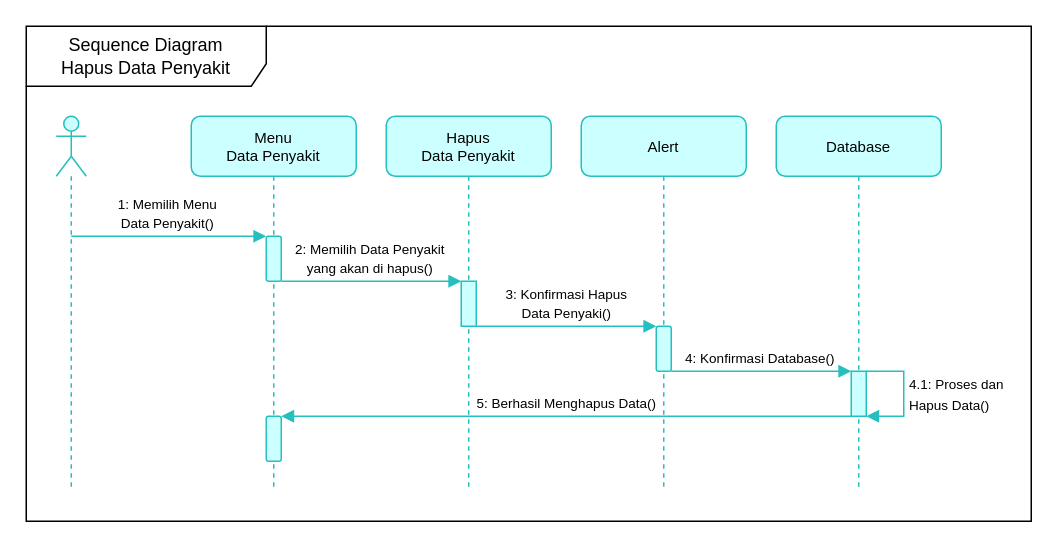
Before: page "Halaman-15" (15 of 27) of Diagram Tanpa Judul.drawio in RyanRamadhan11/drawio, a draw.io diagram. Source tidied: cells renumbered, new cells numbered last; positions are measured from the earlier drawing's top-left corner, leaving out a move shared by most shapes. Both pictures are drawn from the tidied source at 150%, with x=0, y=0 at pixel (26, 26).
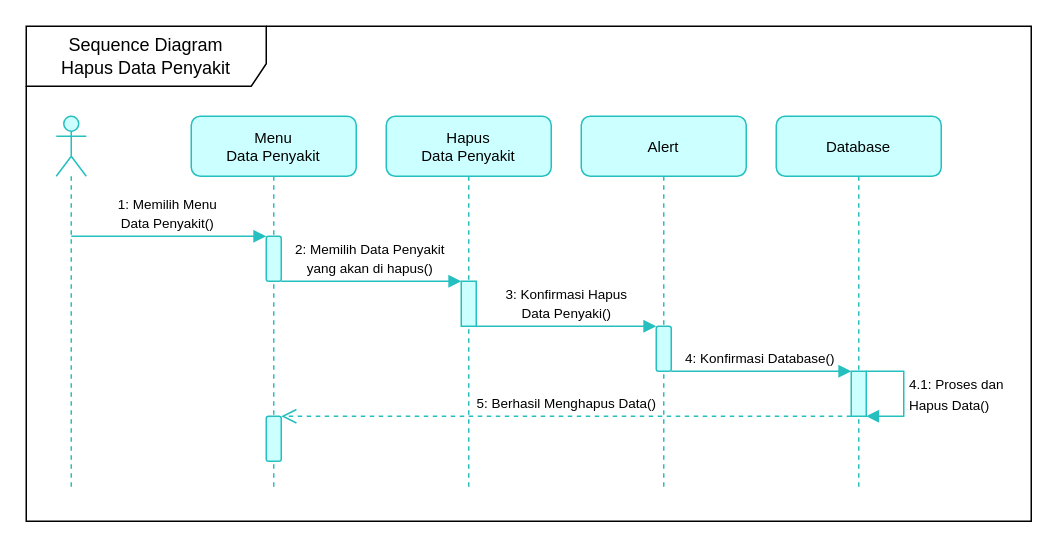
The same page after the edit.

The change refers to these unchanged cells:
```xml
<mxCell id="6" style="html=1;points=[];perimeter=orthogonalPerimeter;outlineConnect=0;targetShapes=umlLifeline;portConstraint=eastwest;newEdgeStyle={&quot;edgeStyle&quot;:&quot;elbowEdgeStyle&quot;,&quot;elbow&quot;:&quot;vertical&quot;,&quot;curved&quot;:0,&quot;rounded&quot;:0};labelBackgroundColor=none;rounded=1;strokeColor=#26BFBF;fillColor=#CCFFFF;" parent="4" vertex="1">
  <mxGeometry x="50" y="200" width="10" height="30" as="geometry" />
</mxCell>
<mxCell id="12" style="html=1;points=[];perimeter=orthogonalPerimeter;outlineConnect=0;targetShapes=umlLifeline;portConstraint=eastwest;newEdgeStyle={&quot;edgeStyle&quot;:&quot;elbowEdgeStyle&quot;,&quot;elbow&quot;:&quot;vertical&quot;,&quot;curved&quot;:0,&quot;rounded&quot;:0};fillColor=#CCFFFF;strokeColor=#26BFBF;" parent="11" vertex="1">
  <mxGeometry x="50" y="170" width="10" height="30" as="geometry" />
</mxCell>
```

What changed in the source:
```diff
@@
-    <mxCell id="18" value="&lt;div style=&quot;text-align: justify; font-size: 9px;&quot;&gt;&lt;span style=&quot;&quot;&gt;5: Berhasil Menghapus Data()&lt;/span&gt;&lt;/div&gt;" style="html=1;verticalAlign=bottom;endArrow=block;edgeStyle=elbowEdgeStyle;elbow=vertical;curved=0;rounded=1;labelBackgroundColor=none;fontColor=default;strokeColor=#26BFBF;exitX=0;exitY=1;exitDx=0;exitDy=0;exitPerimeter=0;" parent="1" edge="1" source="12" target="6">
+    <mxCell id="18" value="&lt;font style=&quot;font-size: 9px;&quot;&gt;5: Berhasil Menghapus Data()&lt;/font&gt;" style="html=1;verticalAlign=bottom;endArrow=open;dashed=1;endSize=8;edgeStyle=elbowEdgeStyle;elbow=vertical;curved=0;rounded=0;strokeColor=#26BFBF;" parent="1" edge="1" source="12">
       <mxGeometry relative="1" as="geometry">
-        <Array as="points">
-          <mxPoint x="500" y="260" />
-        </Array>
+        <mxPoint x="170" y="260" as="targetPoint" />
       </mxGeometry>
     </mxCell>
```
